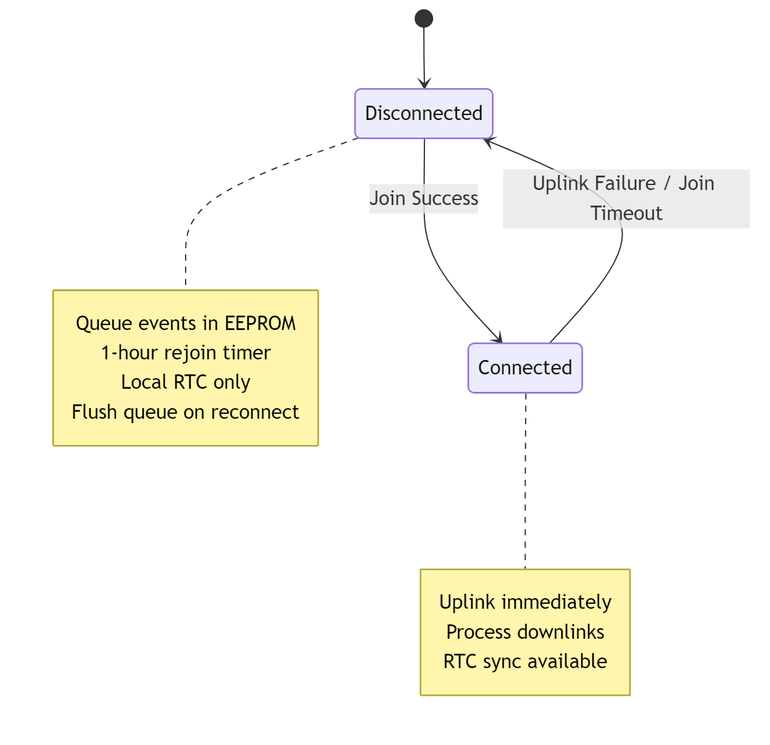
The Mermaid diagram v1.1/docs/appnotes/diagrams/network-state-diagram.png in quiretech/FeedbackNow, before a commit. Its source is kept beside it as v1.1/docs/appnotes/diagrams/network-state-diagram.mmd. Its diagram source:
```mermaid
stateDiagram-v2
    [*] --> Disconnected
    Connected --> Disconnected: Uplink Failure / Join Timeout
    Disconnected --> Connected: Join Success

    note right of Connected
      Uplink immediately
      Process downlinks
      RTC sync available
    end note

    note right of Disconnected
      Queue events in EEPROM
      1-hour rejoin timer
      Local RTC only
      Flush queue on reconnect
    end note
```
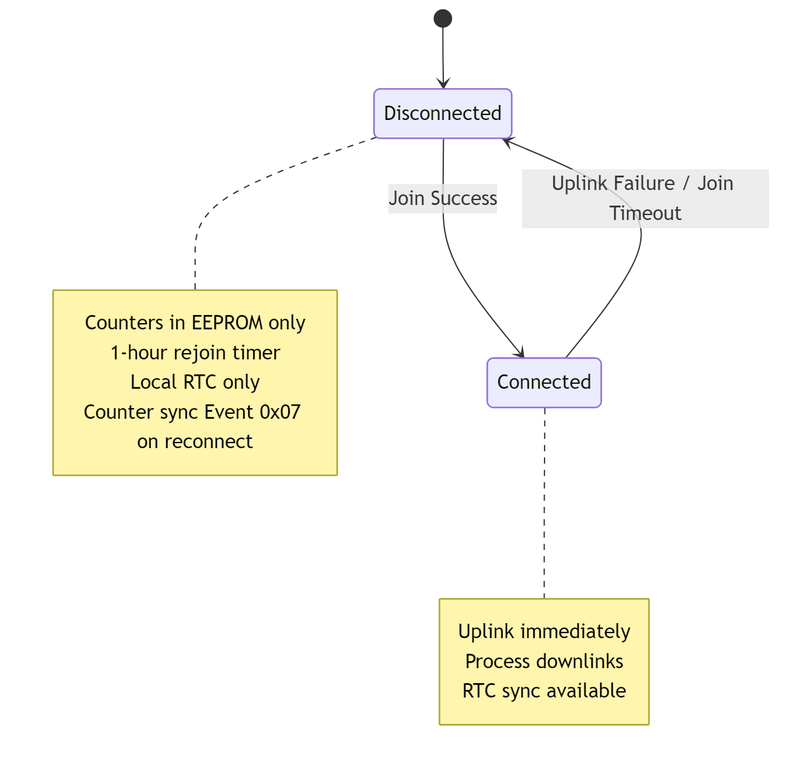
Above is the later version.

Change to the diagram source:
```diff
@@ -10,8 +10,8 @@
     end note
 
     note right of Disconnected
-      Queue events in EEPROM
+      Counters in EEPROM only
       1-hour rejoin timer
       Local RTC only
-      Flush queue on reconnect
+      Counter sync Event 0x07 on reconnect
     end note
```
